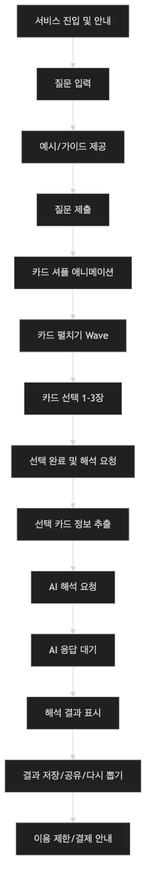
This is apps/tarote/docs/diagrams/process-flow.png from pmmm114/KB-Store, a Mermaid export, as it was before one commit. Its source is kept beside it as apps/tarote/docs/diagrams/process-flow.mmd.
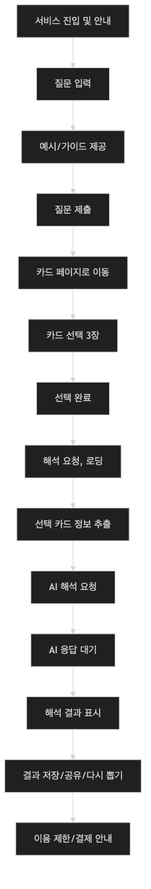
The same diagram one commit later.

Commit message:
fix: 프로세스 플로우 수정

- 카드 선택 이후 해석 요청 단계에서 로딩을 진행하도록 수정

The edit, as a diff of the source:
```diff
@@ -3,10 +3,10 @@
     A2[질문 입력]
     A3[예시/가이드 제공]
     A4[질문 제출]
-    B1[카드 셔플 애니메이션]
-    B2[카드 펼치기 Wave]
-    B3[카드 선택 1-3장]
-    B4[선택 완료 및 해석 요청]
+    B1[카드 페이지로 이동]
+    B2[카드 선택 3장]
+    B3[선택 완료]
+    B4[해석 요청, 로딩]
     C1[선택 카드 정보 추출]
     C2[AI 해석 요청]
     C3[AI 응답 대기]
```
